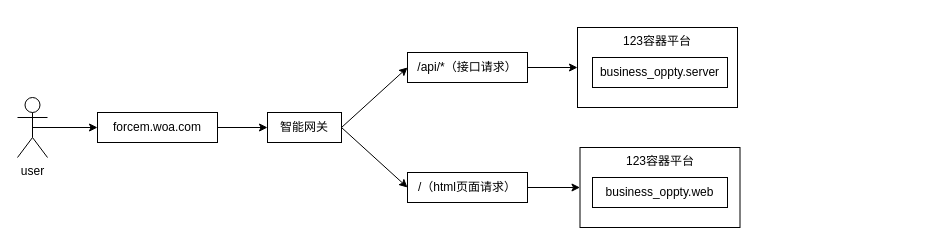
wanwenyun/web- keeps this draw.io diagram as 项目梳理/oppty-deploy.drawio. Above is the earlier version. Source tidied: cells renumbered, new cells numbered last; positions are measured from the earlier drawing's top-left corner, leaving out a move shared by most shapes. Both pictures are drawn from the tidied source at 100%, with x=0, y=0 at pixel (17, 27).
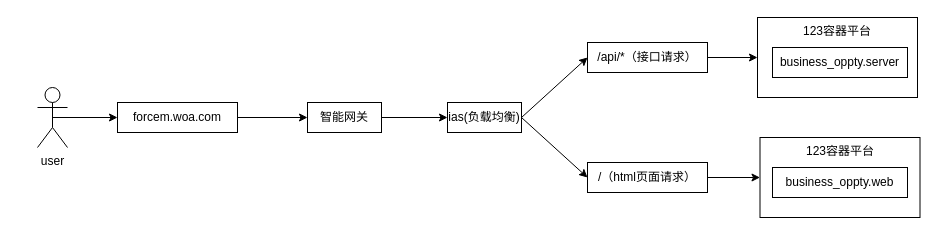
The same page after the edit.

Change to the diagram source:
```diff
@@
-    <mxCell id="2" style="group;" parent="1" vertex="1">
-      <mxGeometry width="722.5" height="200" as="geometry" />
-    </mxCell>
+    <mxCell id="18" style="group;" parent="1" vertex="1">
+      <mxGeometry x="20" y="-10" width="882.5" height="200" as="geometry" />
+    </mxCell>
+    <mxCell id="19" style="edgeStyle=none;html=1;exitX=1;exitY=0.5;exitDx=0;exitDy=0;" parent="18" edge="1" source="20">
+      <mxGeometry relative="1" as="geometry">
+        <mxPoint x="410" y="100" as="targetPoint" />
+      </mxGeometry>
+    </mxCell>
-    <mxCell id="3" value="user" style="shape=umlActor;verticalLabelPosition=bottom;verticalAlign=top;html=1;outlineConnect=0;" parent="2" vertex="1">
+    <mxCell id="3" value="user" style="shape=umlActor;verticalLabelPosition=bottom;verticalAlign=top;html=1;outlineConnect=0;" parent="18" vertex="1">
       <mxGeometry y="70" width="30" height="60" as="geometry" />
     </mxCell>
-    <mxCell id="4" value="forcem.woa.com" style="rounded=0;whiteSpace=wrap;html=1;" parent="2" vertex="1">
+    <mxCell id="4" value="forcem.woa.com" style="rounded=0;whiteSpace=wrap;html=1;" parent="18" vertex="1">
       <mxGeometry x="80" y="85" width="120" height="30" as="geometry" />
     </mxCell>
-    <mxCell id="5" style="edgeStyle=none;html=1;exitX=0.5;exitY=0.5;exitDx=0;exitDy=0;exitPerimeter=0;entryX=0;entryY=0.5;entryDx=0;entryDy=0;" parent="2" edge="1" source="3" target="4">
+    <mxCell id="5" style="edgeStyle=none;html=1;exitX=0.5;exitY=0.5;exitDx=0;exitDy=0;exitPerimeter=0;entryX=0;entryY=0.5;entryDx=0;entryDy=0;" parent="18" edge="1" source="3" target="4">
       <mxGeometry relative="1" as="geometry" />
     </mxCell>
-    <mxCell id="6" value="/api/*（接口请求）" style="rounded=0;whiteSpace=wrap;html=1;" parent="2" vertex="1">
-      <mxGeometry x="390" y="25" width="120" height="30" as="geometry" />
+    <mxCell id="6" value="/api/*（接口请求）" style="rounded=0;whiteSpace=wrap;html=1;" parent="18" vertex="1">
+      <mxGeometry x="550" y="25" width="120" height="30" as="geometry" />
     </mxCell>
-    <mxCell id="7" value="/（html页面请求）" style="rounded=0;whiteSpace=wrap;html=1;" parent="2" vertex="1">
-      <mxGeometry x="390" y="145" width="120" height="30" as="geometry" />
+    <mxCell id="7" value="/（html页面请求）" style="rounded=0;whiteSpace=wrap;html=1;" parent="18" vertex="1">
+      <mxGeometry x="550" y="145" width="120" height="30" as="geometry" />
     </mxCell>
-    <mxCell id="8" style="edgeStyle=none;html=1;exitX=1;exitY=0.5;exitDx=0;exitDy=0;entryX=0;entryY=0.5;entryDx=0;entryDy=0;" parent="2" edge="1" source="10" target="6">
+    <mxCell id="8" style="edgeStyle=none;html=1;exitX=1;exitY=0.5;exitDx=0;exitDy=0;entryX=0;entryY=0.5;entryDx=0;entryDy=0;" parent="18" edge="1" source="10" target="6">
       <mxGeometry relative="1" as="geometry" />
     </mxCell>
-    <mxCell id="9" style="edgeStyle=none;html=1;exitX=1;exitY=0.5;exitDx=0;exitDy=0;entryX=0;entryY=0.5;entryDx=0;entryDy=0;" parent="2" edge="1" source="10" target="7">
+    <mxCell id="9" style="edgeStyle=none;html=1;exitX=1;exitY=0.5;exitDx=0;exitDy=0;entryX=0;entryY=0.5;entryDx=0;entryDy=0;" parent="18" edge="1" source="10" target="7">
       <mxGeometry relative="1" as="geometry" />
     </mxCell>
-    <mxCell id="10" value="智能网关" style="rounded=0;whiteSpace=wrap;html=1;" parent="2" vertex="1">
-      <mxGeometry x="250" y="85" width="74" height="30" as="geometry" />
+    <mxCell id="10" value="ias(负载均衡)" style="rounded=0;whiteSpace=wrap;html=1;" parent="18" vertex="1">
+      <mxGeometry x="410" y="85" width="74" height="30" as="geometry" />
     </mxCell>
-    <mxCell id="11" style="edgeStyle=none;html=1;exitX=1;exitY=0.5;exitDx=0;exitDy=0;entryX=0;entryY=0.5;entryDx=0;entryDy=0;" parent="2" edge="1" source="4" target="10">
+    <mxCell id="11" style="edgeStyle=none;html=1;exitX=1;exitY=0.5;exitDx=0;exitDy=0;entryX=0;entryY=0.5;entryDx=0;entryDy=0;" parent="18" edge="1" source="4" target="20">
       <mxGeometry relative="1" as="geometry" />
     </mxCell>
-    <mxCell id="12" value="123容器平台" style="rounded=0;whiteSpace=wrap;html=1;verticalAlign=top;" parent="2" vertex="1">
-      <mxGeometry x="560" width="160" height="80" as="geometry" />
+    <mxCell id="12" value="123容器平台" style="rounded=0;whiteSpace=wrap;html=1;verticalAlign=top;" parent="18" vertex="1">
+      <mxGeometry x="720" width="160" height="80" as="geometry" />
     </mxCell>
-    <mxCell id="13" style="edgeStyle=none;html=1;exitX=1;exitY=0.5;exitDx=0;exitDy=0;entryX=0;entryY=0.5;entryDx=0;entryDy=0;" parent="2" edge="1" source="6" target="12">
+    <mxCell id="13" style="edgeStyle=none;html=1;exitX=1;exitY=0.5;exitDx=0;exitDy=0;entryX=0;entryY=0.5;entryDx=0;entryDy=0;" parent="18" edge="1" source="6" target="12">
       <mxGeometry relative="1" as="geometry" />
     </mxCell>
-    <mxCell id="14" value="business_oppty.server" style="rounded=0;whiteSpace=wrap;html=1;" parent="2" vertex="1">
-      <mxGeometry x="575" y="30" width="135" height="30" as="geometry" />
+    <mxCell id="14" value="business_oppty.server" style="rounded=0;whiteSpace=wrap;html=1;" parent="18" vertex="1">
+      <mxGeometry x="735" y="30" width="135" height="30" as="geometry" />
     </mxCell>
-    <mxCell id="15" value="123容器平台" style="rounded=0;whiteSpace=wrap;html=1;verticalAlign=top;" parent="2" vertex="1">
-      <mxGeometry x="562.5" y="120" width="160" height="80" as="geometry" />
+    <mxCell id="15" value="123容器平台" style="rounded=0;whiteSpace=wrap;html=1;verticalAlign=top;" parent="18" vertex="1">
+      <mxGeometry x="722.5" y="120" width="160" height="80" as="geometry" />
     </mxCell>
-    <mxCell id="16" style="edgeStyle=none;html=1;exitX=1;exitY=0.5;exitDx=0;exitDy=0;entryX=0;entryY=0.5;entryDx=0;entryDy=0;" parent="2" edge="1" source="7" target="15">
+    <mxCell id="16" style="edgeStyle=none;html=1;exitX=1;exitY=0.5;exitDx=0;exitDy=0;entryX=0;entryY=0.5;entryDx=0;entryDy=0;" parent="18" edge="1" source="7" target="15">
       <mxGeometry relative="1" as="geometry" />
     </mxCell>
-    <mxCell id="17" value="business_oppty.web" style="rounded=0;whiteSpace=wrap;html=1;" parent="2" vertex="1">
-      <mxGeometry x="575" y="150" width="135" height="30" as="geometry" />
+    <mxCell id="17" value="business_oppty.web" style="rounded=0;whiteSpace=wrap;html=1;" parent="18" vertex="1">
+      <mxGeometry x="735" y="150" width="135" height="30" as="geometry" />
     </mxCell>
+    <mxCell id="20" value="智能网关" style="rounded=0;whiteSpace=wrap;html=1;" parent="18" vertex="1">
+      <mxGeometry x="270" y="85" width="74" height="30" as="geometry" />
+    </mxCell>
```
